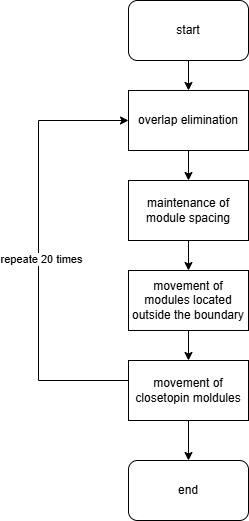
USCLHY/-springmvc keeps this draw.io diagram as src/legalize.drawio.png. Above is the earlier version. Source tidied: cells renumbered, new cells last; positions are measured from the earlier drawing's top-left corner, leaving out a move shared by most shapes.
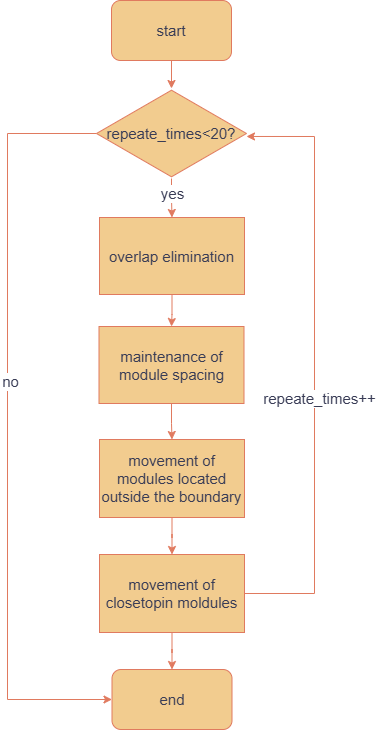
Later version of the same file.

What changed in the source:
```diff
@@ -2,49 +2,71 @@
   <root>
     <mxCell id="0" />
     <mxCell id="1" parent="0" />
-    <mxCell id="2" style="edgeStyle=orthogonalEdgeStyle;rounded=0;jettySize=auto;html=1;" parent="1" edge="1" source="3" target="5">
-      <mxGeometry relative="1" as="geometry" />
-    </mxCell>
+    <mxCell id="15" style="edgeStyle=orthogonalEdgeStyle;rounded=0;jettySize=auto;html=1;exitX=0.5;exitY=1;exitDx=0;exitDy=0;strokeColor=#E07A5F;fontColor=#393C56;fillColor=#F2CC8F;" parent="1" edge="1" source="3" target="20">
+      <mxGeometry relative="1" as="geometry" />
+    </mxCell>
-    <mxCell id="3" value="start" style="rounded=1;whiteSpace=wrap;html=1;" parent="1" vertex="1">
-      <mxGeometry x="90" width="120" height="60" as="geometry" />
+    <mxCell id="3" value="&lt;font style=&quot;font-size: 15px;&quot;&gt;start&lt;/font&gt;" style="rounded=1;whiteSpace=wrap;html=1;labelBackgroundColor=none;fillColor=#F2CC8F;strokeColor=#E07A5F;fontColor=#393C56;" parent="1" vertex="1">
+      <mxGeometry x="90" y="-26" width="120" height="60" as="geometry" />
     </mxCell>
-    <mxCell id="4" style="edgeStyle=orthogonalEdgeStyle;rounded=0;jettySize=auto;html=1;" parent="1" edge="1" source="5" target="7">
+    <mxCell id="4" style="edgeStyle=orthogonalEdgeStyle;rounded=0;jettySize=auto;html=1;strokeColor=#E07A5F;fontColor=#393C56;fillColor=#F2CC8F;" parent="1" edge="1" source="5" target="7">
       <mxGeometry relative="1" as="geometry" />
     </mxCell>
-    <mxCell id="5" value="overlap elimination" style="rounded=0;whiteSpace=wrap;html=1;" parent="1" vertex="1">
-      <mxGeometry x="90" y="90" width="120" height="60" as="geometry" />
+    <mxCell id="5" value="&lt;font style=&quot;font-size: 15px;&quot;&gt;overlap elimination&lt;/font&gt;" style="rounded=0;whiteSpace=wrap;html=1;labelBackgroundColor=none;fillColor=#F2CC8F;strokeColor=#E07A5F;fontColor=#393C56;" parent="1" vertex="1">
+      <mxGeometry x="78" y="191" width="145" height="77" as="geometry" />
     </mxCell>
-    <mxCell id="6" style="edgeStyle=orthogonalEdgeStyle;rounded=0;jettySize=auto;html=1;" parent="1" edge="1" source="7" target="9">
+    <mxCell id="6" style="edgeStyle=orthogonalEdgeStyle;rounded=0;jettySize=auto;html=1;labelBackgroundColor=none;strokeColor=#E07A5F;fontColor=default;" parent="1" edge="1" source="7" target="9">
       <mxGeometry relative="1" as="geometry" />
     </mxCell>
-    <mxCell id="7" value="maintenance of module spacing" style="rounded=0;whiteSpace=wrap;html=1;" parent="1" vertex="1">
-      <mxGeometry x="90" y="180" width="120" height="60" as="geometry" />
+    <mxCell id="7" value="&lt;font style=&quot;font-size: 15px;&quot;&gt;maintenance of module spacing&lt;/font&gt;" style="rounded=0;whiteSpace=wrap;html=1;labelBackgroundColor=none;fillColor=#F2CC8F;strokeColor=#E07A5F;fontColor=#393C56;" parent="1" vertex="1">
+      <mxGeometry x="77.5" y="300" width="145" height="77" as="geometry" />
     </mxCell>
-    <mxCell id="8" style="edgeStyle=orthogonalEdgeStyle;rounded=0;jettySize=auto;html=1;" parent="1" edge="1" source="9" target="12">
+    <mxCell id="8" style="edgeStyle=orthogonalEdgeStyle;rounded=0;jettySize=auto;html=1;labelBackgroundColor=none;strokeColor=#E07A5F;fontColor=default;" parent="1" edge="1" source="9" target="12">
       <mxGeometry relative="1" as="geometry" />
     </mxCell>
-    <mxCell id="9" value="movement of modules located outside the boundary" style="rounded=0;whiteSpace=wrap;html=1;" parent="1" vertex="1">
-      <mxGeometry x="90" y="270" width="120" height="60" as="geometry" />
+    <mxCell id="9" value="&lt;font style=&quot;font-size: 15px;&quot;&gt;movement of modules located outside the boundary&lt;/font&gt;" style="rounded=0;whiteSpace=wrap;html=1;labelBackgroundColor=none;fillColor=#F2CC8F;strokeColor=#E07A5F;fontColor=#393C56;" parent="1" vertex="1">
+      <mxGeometry x="78" y="413" width="145" height="78" as="geometry" />
     </mxCell>
-    <mxCell id="10" style="edgeStyle=orthogonalEdgeStyle;rounded=0;jettySize=auto;html=1;entryX=0;entryY=0.5;entryDx=0;entryDy=0;" parent="1" edge="1" source="12" target="5">
-      <mxGeometry relative="1" as="geometry">
-        <Array as="points">
-          <mxPoint y="380" />
-          <mxPoint y="120" />
-        </Array>
-      </mxGeometry>
-    </mxCell>
-    <mxCell id="11" value="repeate 20 times" style="edgeLabel;html=1;align=center;verticalAlign=middle;" parent="10" vertex="1">
-      <mxGeometry x="-0.03" y="-2" relative="1" as="geometry" />
-    </mxCell>
-    <mxCell id="12" value="movement of closetopin moldules" style="rounded=0;whiteSpace=wrap;html=1;" parent="1" vertex="1">
-      <mxGeometry x="90" y="360" width="120" height="60" as="geometry" />
+    <mxCell id="12" value="&lt;font style=&quot;font-size: 15px;&quot;&gt;movement of closetopin moldules&lt;/font&gt;" style="rounded=0;whiteSpace=wrap;html=1;labelBackgroundColor=none;fillColor=#F2CC8F;strokeColor=#E07A5F;fontColor=#393C56;" parent="1" vertex="1">
+      <mxGeometry x="78" y="528" width="145" height="78" as="geometry" />
     </mxCell>
-    <mxCell id="13" style="edgeStyle=orthogonalEdgeStyle;rounded=0;jettySize=auto;html=1;" parent="1" edge="1" source="12" target="14">
+    <mxCell id="13" style="edgeStyle=orthogonalEdgeStyle;rounded=0;jettySize=auto;html=1;labelBackgroundColor=none;strokeColor=#E07A5F;fontColor=default;" parent="1" edge="1" source="12" target="14">
       <mxGeometry relative="1" as="geometry" />
     </mxCell>
-    <mxCell id="14" value="end" style="rounded=1;whiteSpace=wrap;html=1;" parent="1" vertex="1">
-      <mxGeometry x="90" y="460" width="120" height="60" as="geometry" />
+    <mxCell id="14" value="&lt;font style=&quot;font-size: 15px;&quot;&gt;end&lt;/font&gt;" style="rounded=1;whiteSpace=wrap;html=1;labelBackgroundColor=none;fillColor=#F2CC8F;strokeColor=#E07A5F;fontColor=#393C56;" parent="1" vertex="1">
+      <mxGeometry x="90.5" y="643" width="120" height="60" as="geometry" />
     </mxCell>
+    <mxCell id="16" style="edgeStyle=orthogonalEdgeStyle;rounded=0;jettySize=auto;html=1;strokeColor=#E07A5F;fontColor=#393C56;fillColor=#F2CC8F;" parent="1" edge="1" source="20" target="5">
+      <mxGeometry relative="1" as="geometry" />
+    </mxCell>
+    <mxCell id="17" value="yes" style="edgeLabel;html=1;align=center;verticalAlign=middle;strokeColor=#E07A5F;fontColor=#393C56;fillColor=#F2CC8F;fontSize=15;" parent="16" vertex="1">
+      <mxGeometry x="0.17" y="1" relative="1" as="geometry">
+        <mxPoint x="-1" y="-8" as="offset" />
+      </mxGeometry>
+    </mxCell>
+    <mxCell id="18" style="edgeStyle=orthogonalEdgeStyle;rounded=0;jettySize=auto;html=1;entryX=0;entryY=0.5;entryDx=0;entryDy=0;strokeColor=#E07A5F;fontColor=#393C56;fillColor=#F2CC8F;" parent="1" edge="1" source="20" target="14">
+      <mxGeometry relative="1" as="geometry">
+        <Array as="points">
+          <mxPoint x="-14" y="107" />
+          <mxPoint x="-14" y="673" />
+        </Array>
+      </mxGeometry>
+    </mxCell>
+    <mxCell id="19" value="no" style="edgeLabel;html=1;align=center;verticalAlign=middle;strokeColor=#E07A5F;fontColor=#393C56;fillColor=#F2CC8F;fontSize=15;" parent="18" vertex="1">
+      <mxGeometry x="-0.11" y="2" relative="1" as="geometry" />
+    </mxCell>
+    <mxCell id="20" value="&lt;font style=&quot;font-size: 15px;&quot;&gt;repeate_times&amp;lt;20?&lt;/font&gt;" style="html=1;whiteSpace=wrap;shape=isoRectangle;strokeColor=#E07A5F;fontColor=#393C56;fillColor=#F2CC8F;" parent="1" vertex="1">
+      <mxGeometry x="75" y="62" width="150" height="90" as="geometry" />
+    </mxCell>
+    <mxCell id="21" style="edgeStyle=orthogonalEdgeStyle;rounded=0;jettySize=auto;html=1;exitX=1;exitY=0.5;exitDx=0;exitDy=0;entryX=1;entryY=0.533;entryDx=0;entryDy=0;entryPerimeter=0;strokeColor=#E07A5F;fontColor=#393C56;fillColor=#F2CC8F;" parent="1" edge="1" source="12" target="20">
+      <mxGeometry relative="1" as="geometry">
+        <Array as="points">
+          <mxPoint x="293" y="567" />
+          <mxPoint x="293" y="110" />
+        </Array>
+      </mxGeometry>
+    </mxCell>
+    <mxCell id="22" value="repeate_times++" style="edgeLabel;html=1;align=center;verticalAlign=middle;strokeColor=#E07A5F;fontColor=#393C56;fillColor=#F2CC8F;fontSize=15;" parent="21" vertex="1">
+      <mxGeometry x="-0.11" y="-4" relative="1" as="geometry" />
+    </mxCell>
   </root>
 </mxGraphModel>
```
